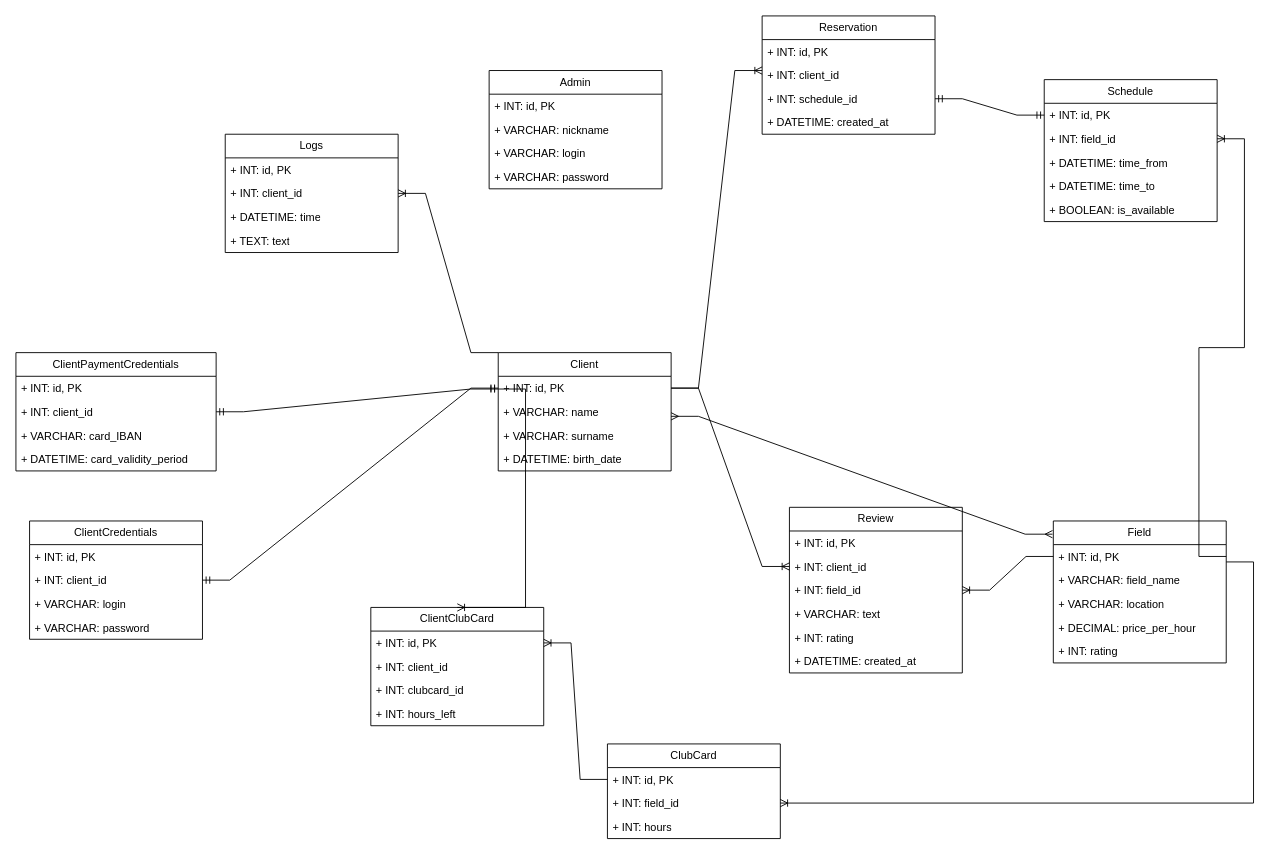
The draw.io diagram entities.drawio in SvetlanaMinich/MDiSUBD_sem5, before the edit. Source tidied: cells renumbered, new cells numbered last; positions are measured from the earlier drawing's top-left corner, leaving out a move shared by most shapes. Both pictures are drawn from the tidied source at 91%, with x=0, y=0 at pixel (15, 15).
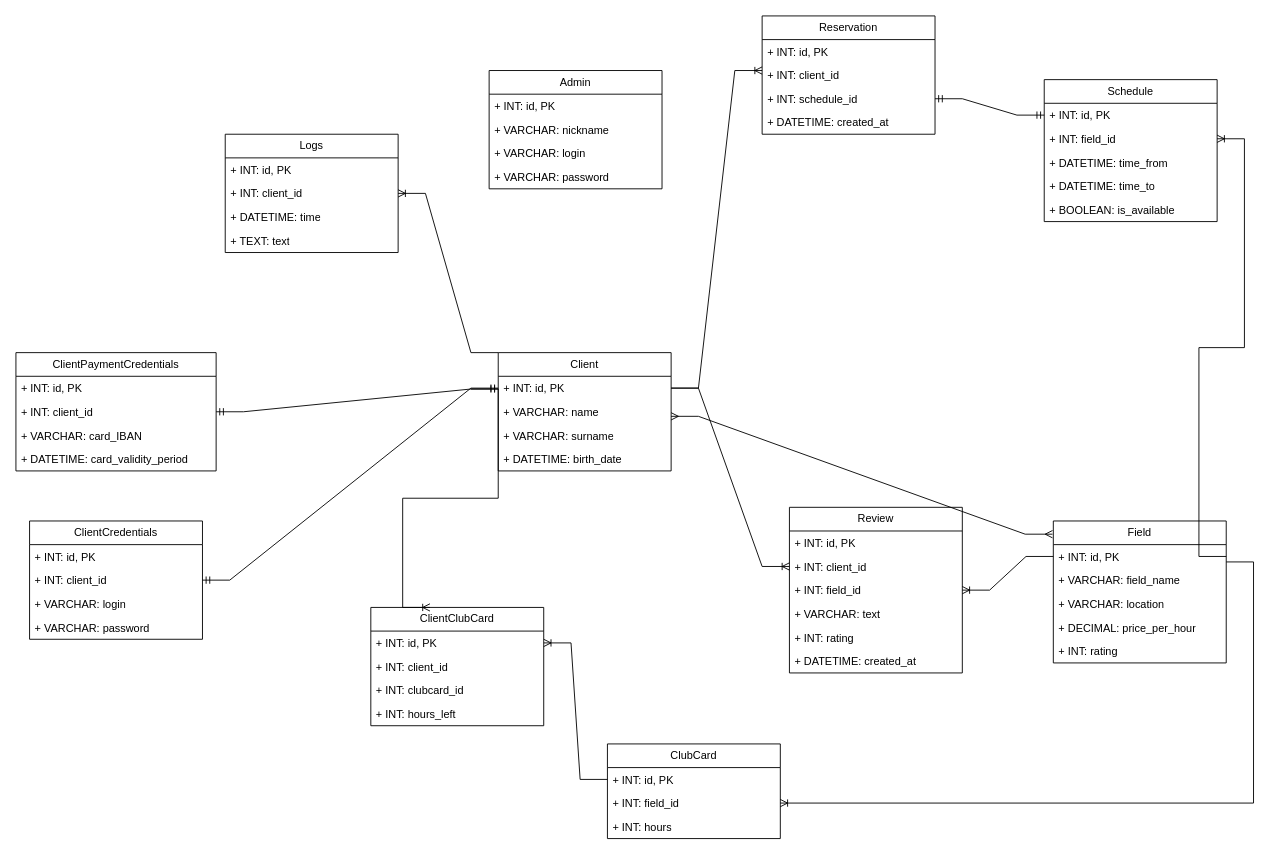
Above is the later version.

The change refers to these unchanged cells:
```xml
<mxCell id="55" value="ClientClubCard" style="swimlane;fontStyle=0;horizontal=1;startSize=26;fillColor=none;whiteSpace=wrap;html=1;" parent="1" vertex="1">
  <mxGeometry x="390" y="650" width="190" height="130" as="geometry" />
</mxCell>
```

Diff of the diagram source:
```diff
@@
-    <mxCell id="70" style="edgeStyle=entityRelationEdgeStyle;fontSize=12;html=1;endArrow=ERoneToMany;rounded=0;entryX=0.5;entryY=0;entryDx=0;entryDy=0;" parent="1" edge="1" target="55">
+    <mxCell id="70" style="edgeStyle=entityRelationEdgeStyle;fontSize=12;html=1;endArrow=ERoneToMany;rounded=0;entryX=0.5;entryY=0;entryDx=0;entryDy=0;" parent="1" edge="1">
       <mxGeometry relative="1" as="geometry">
-        <mxPoint x="530" y="410" as="sourcePoint" />
+        <mxPoint x="500" y="410" as="sourcePoint" />
+        <mxPoint x="455" y="650" as="targetPoint" />
         <Array as="points">
-          <mxPoint x="1510.5" y="360" />
-          <mxPoint x="1560.5" y="350" />
-          <mxPoint x="1400" y="260" />
+          <mxPoint x="1480.5" y="360" />
+          <mxPoint x="1530.5" y="350" />
+          <mxPoint x="1370" y="260" />
         </Array>
       </mxGeometry>
     </mxCell>
```
